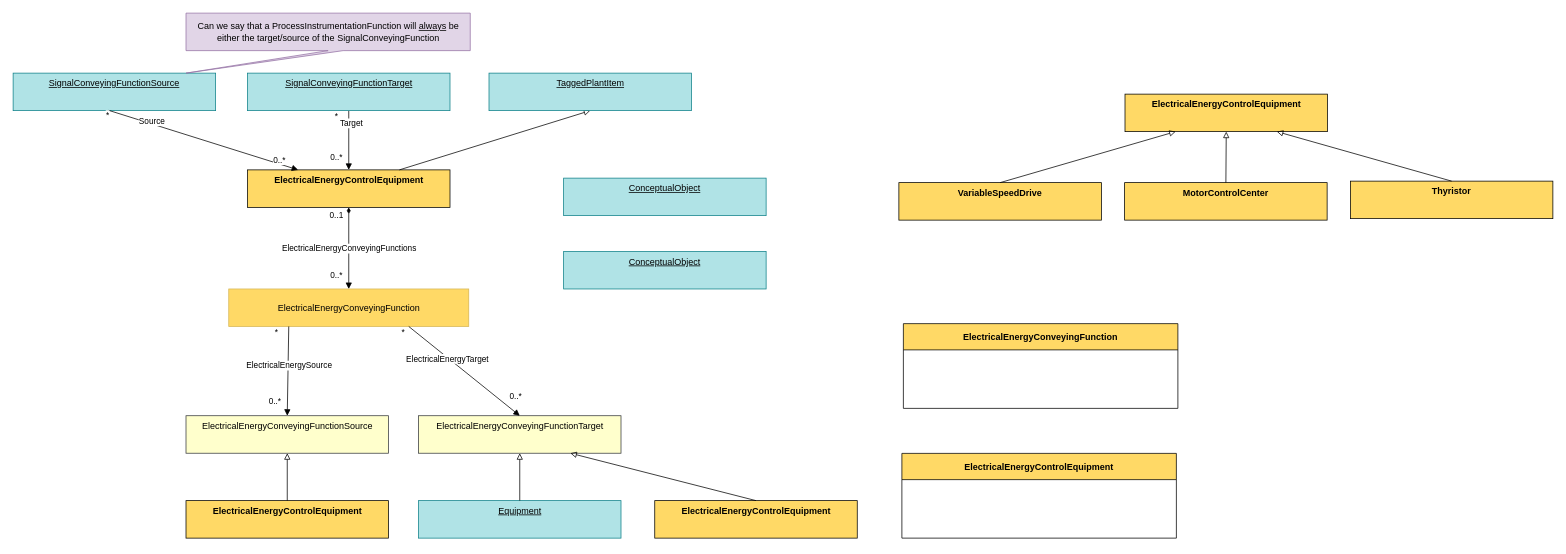
Above: page "PowerConveyingFunction" (2 of 3) of ContinuationProject/ContentTeam/ElectricalLineType.drawio in ToniaPedersen/DISCDEXPI (draw.io), before the change. Source tidied: cells renumbered, new cells numbered last; positions are measured from the earlier drawing's top-left corner, leaving out a move shared by most shapes. Both pictures are drawn from the tidied source at 75%, with x=0, y=0 at pixel (13, 13).
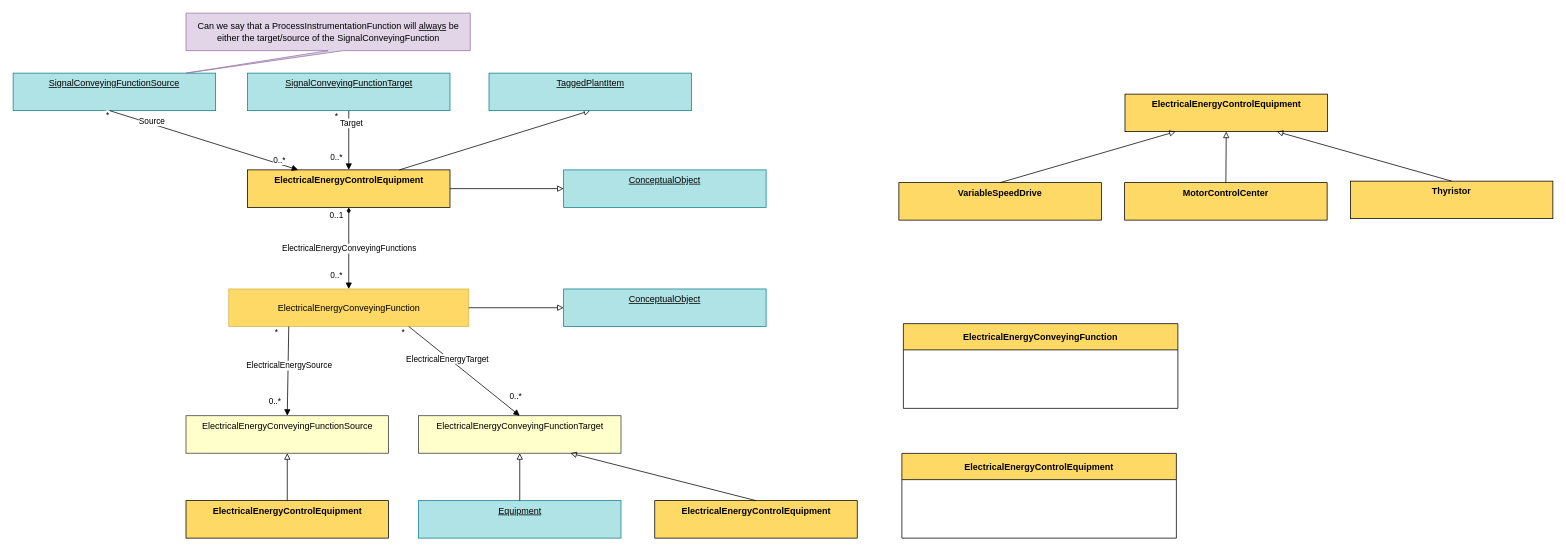
The same page after the edit.

The change refers to these unchanged cells:
```xml
<mxCell id="2" value="ElectricalEnergyConveyingFunction" style="rounded=0;whiteSpace=wrap;html=1;fillColor=#FFD966;strokeColor=#d6b656;" parent="1" vertex="1">
  <mxGeometry x="287.5" y="367.8" width="320" height="50" as="geometry" />
</mxCell>
<mxCell id="6" value="&lt;strong style=&quot;border-color: var(--border-color);&quot;&gt;ElectricalEnergyControlEquipment&lt;/strong&gt;" style="rounded=0;whiteSpace=wrap;html=1;fillColor=#FFD966;strokeColor=#000000;verticalAlign=top;" parent="1" vertex="1">
  <mxGeometry x="312.5" y="209" width="270" height="50" as="geometry" />
</mxCell>
```

What changed in the source:
```diff
@@
     <mxCell id="47" value="&lt;u&gt;ConceptualObject&lt;/u&gt;" style="rounded=0;whiteSpace=wrap;html=1;fillColor=#b0e3e6;strokeColor=#0e8088;verticalAlign=top;" parent="1" vertex="1">
-      <mxGeometry x="734" y="220" width="270" height="50" as="geometry" />
+      <mxGeometry x="734" y="209" width="270" height="50" as="geometry" />
     </mxCell>
     <mxCell id="48" value="&lt;u&gt;ConceptualObject&lt;/u&gt;" style="rounded=0;whiteSpace=wrap;html=1;fillColor=#b0e3e6;strokeColor=#0e8088;verticalAlign=top;" parent="1" vertex="1">
-      <mxGeometry x="734" y="317.8" width="270" height="50" as="geometry" />
+      <mxGeometry x="734" y="367.8" width="270" height="50" as="geometry" />
     </mxCell>
+    <mxCell id="49" style="endArrow=block;html=1;rounded=0;exitX=1;exitY=0.5;exitDx=0;exitDy=0;endFill=0;entryX=0;entryY=0.5;entryDx=0;entryDy=0;" parent="1" edge="1" source="2" target="48">
+      <mxGeometry relative="1" as="geometry" />
+    </mxCell>
+    <mxCell id="50" style="endArrow=block;html=1;rounded=0;exitX=1;exitY=0.5;exitDx=0;exitDy=0;endFill=0;entryX=0;entryY=0.5;entryDx=0;entryDy=0;" parent="1" edge="1" source="6" target="47">
+      <mxGeometry relative="1" as="geometry" />
+    </mxCell>
```
